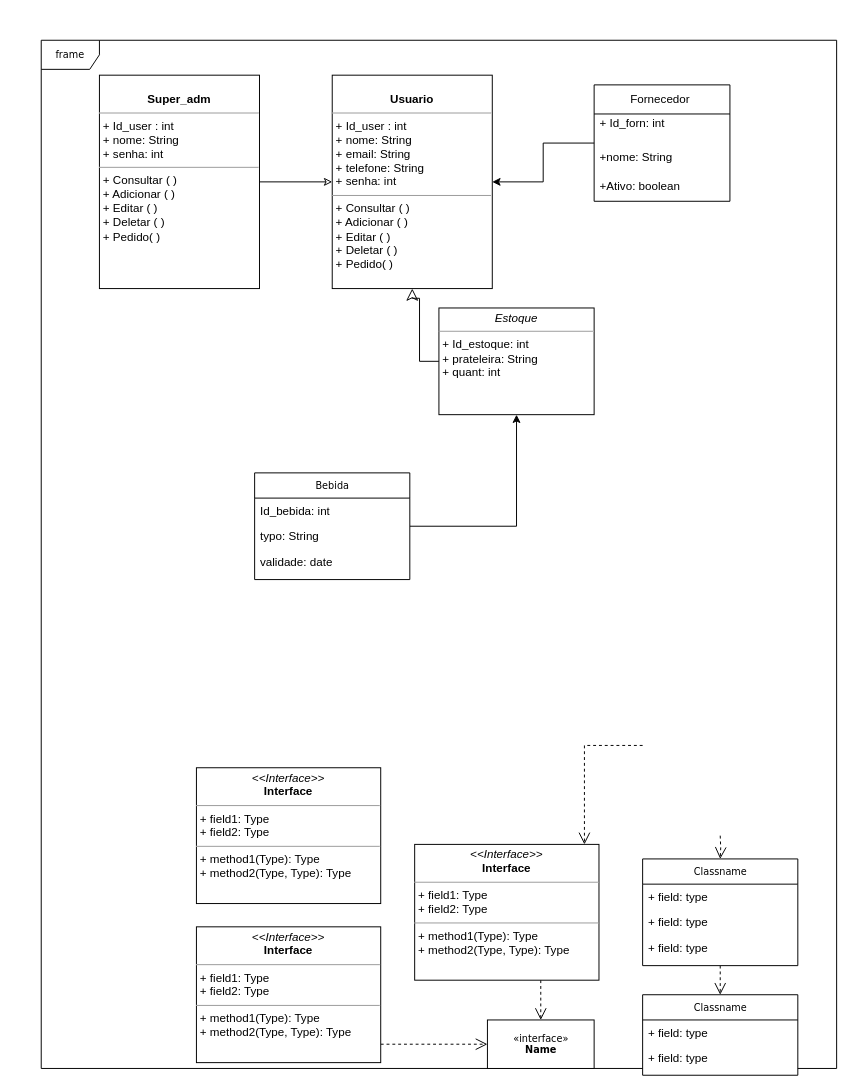
The draw.io diagram Untitled Diagram.drawio.xml in Heitor-Saqueto/SisBrewe, before the edit. Source tidied: cells renumbered, new cells numbered last; positions are measured from the earlier drawing's top-left corner, leaving out a move shared by most shapes. Both pictures are drawn from the tidied source at 97%, with x=0, y=0 at pixel (41, 40).
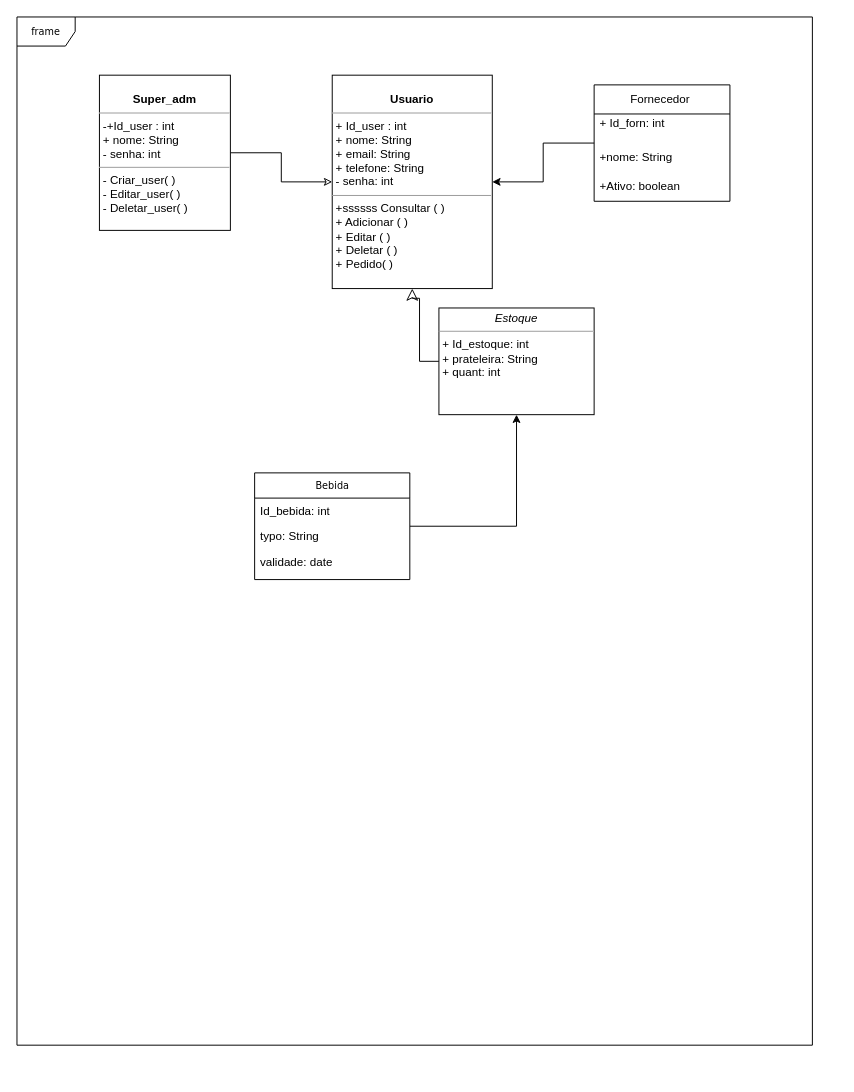
Above is the later version.

What changed in the source:
```diff
@@
     <mxCell id="2" value="frame" style="shape=umlFrame;whiteSpace=wrap;html=1;rounded=0;shadow=0;comic=0;labelBackgroundColor=none;strokeWidth=1;fontFamily=Verdana;fontSize=10;align=center;" parent="1" vertex="1">
-      <mxGeometry width="820" height="1060" as="geometry" />
+      <mxGeometry x="-25" y="-24" width="820" height="1060" as="geometry" />
     </mxCell>
-    <mxCell id="3" style="edgeStyle=orthogonalEdgeStyle;rounded=0;html=1;dashed=1;labelBackgroundColor=none;startFill=0;endArrow=open;endFill=0;endSize=10;fontFamily=Verdana;fontSize=10;" parent="1" edge="1" target="20">
-      <mxGeometry relative="1" as="geometry">
-        <mxPoint x="620" y="727" as="sourcePoint" />
-        <Array as="points">
-          <mxPoint x="560" y="727" />
-        </Array>
-      </mxGeometry>
-    </mxCell>
-    <mxCell id="4" style="edgeStyle=orthogonalEdgeStyle;rounded=0;html=1;dashed=1;labelBackgroundColor=none;startFill=0;endArrow=open;endFill=0;endSize=10;fontFamily=Verdana;fontSize=10;" parent="1" edge="1" target="14">
-      <mxGeometry relative="1" as="geometry">
-        <mxPoint x="700" y="820" as="sourcePoint" />
-      </mxGeometry>
-    </mxCell>
@@
-    <mxCell id="10" value="Classname" style="swimlane;html=1;fontStyle=0;horizontal=1;startSize=26;fillColor=none;swimlaneFillColor=#ffffff;rounded=0;shadow=0;comic=0;labelBackgroundColor=none;strokeWidth=1;fontFamily=Verdana;fontSize=10;align=center;" parent="1" vertex="1">
-      <mxGeometry x="620" y="984" width="160" height="83" as="geometry" />
-    </mxCell>
-    <mxCell id="11" value="+ field: type" style="text;html=1;strokeColor=none;fillColor=none;align=left;verticalAlign=top;spacingLeft=4;spacingRight=4;whiteSpace=wrap;overflow=hidden;" parent="10" vertex="1">
-      <mxGeometry y="26" width="160" height="26" as="geometry" />
-    </mxCell>
-    <mxCell id="12" value="+ field: type" style="text;html=1;strokeColor=none;fillColor=none;align=left;verticalAlign=top;spacingLeft=4;spacingRight=4;whiteSpace=wrap;overflow=hidden;" parent="10" vertex="1">
-      <mxGeometry y="52" width="160" height="26" as="geometry" />
-    </mxCell>
-    <mxCell id="13" style="edgeStyle=orthogonalEdgeStyle;rounded=0;html=1;dashed=1;labelBackgroundColor=none;startFill=0;endArrow=open;endFill=0;endSize=10;fontFamily=Verdana;fontSize=10;" parent="1" edge="1" source="14" target="10">
-      <mxGeometry relative="1" as="geometry" />
-    </mxCell>
-    <mxCell id="14" value="Classname" style="swimlane;html=1;fontStyle=0;horizontal=1;startSize=26;fillColor=none;swimlaneFillColor=#ffffff;rounded=0;shadow=0;comic=0;labelBackgroundColor=none;strokeWidth=1;fontFamily=Verdana;fontSize=10;align=center;" parent="1" vertex="1">
-      <mxGeometry x="620" y="844" width="160" height="110" as="geometry" />
-    </mxCell>
-    <mxCell id="15" value="+ field: type" style="text;html=1;strokeColor=none;fillColor=none;align=left;verticalAlign=top;spacingLeft=4;spacingRight=4;whiteSpace=wrap;overflow=hidden;" parent="14" vertex="1">
-      <mxGeometry y="26" width="160" height="26" as="geometry" />
-    </mxCell>
-    <mxCell id="16" value="+ field: type" style="text;html=1;strokeColor=none;fillColor=none;align=left;verticalAlign=top;spacingLeft=4;spacingRight=4;whiteSpace=wrap;overflow=hidden;" parent="14" vertex="1">
-      <mxGeometry y="52" width="160" height="26" as="geometry" />
-    </mxCell>
-    <mxCell id="17" value="+ field: type" style="text;html=1;strokeColor=none;fillColor=none;align=left;verticalAlign=top;spacingLeft=4;spacingRight=4;whiteSpace=wrap;overflow=hidden;" parent="14" vertex="1">
-      <mxGeometry y="78" width="160" height="26" as="geometry" />
-    </mxCell>
-    <mxCell id="18" value="&amp;laquo;interface&amp;raquo;&lt;br&gt;&lt;b&gt;Name&lt;/b&gt;" style="html=1;rounded=0;shadow=0;comic=0;labelBackgroundColor=none;strokeWidth=1;fontFamily=Verdana;fontSize=10;align=center;" parent="1" vertex="1">
-      <mxGeometry x="460" y="1010" width="110" height="50" as="geometry" />
-    </mxCell>
-    <mxCell id="19" style="edgeStyle=orthogonalEdgeStyle;rounded=0;html=1;dashed=1;labelBackgroundColor=none;startFill=0;endArrow=open;endFill=0;endSize=10;fontFamily=Verdana;fontSize=10;" parent="1" edge="1" source="20" target="18">
-      <mxGeometry relative="1" as="geometry">
-        <Array as="points">
-          <mxPoint x="515" y="976" />
-          <mxPoint x="515" y="976" />
-        </Array>
-      </mxGeometry>
-    </mxCell>
-    <mxCell id="20" value="&lt;p style=&quot;margin:0px;margin-top:4px;text-align:center;&quot;&gt;&lt;i&gt;&amp;lt;&amp;lt;Interface&amp;gt;&amp;gt;&lt;/i&gt;&lt;br/&gt;&lt;b&gt;Interface&lt;/b&gt;&lt;/p&gt;&lt;hr size=&quot;1&quot;/&gt;&lt;p style=&quot;margin:0px;margin-left:4px;&quot;&gt;+ field1: Type&lt;br/&gt;+ field2: Type&lt;/p&gt;&lt;hr size=&quot;1&quot;/&gt;&lt;p style=&quot;margin:0px;margin-left:4px;&quot;&gt;+ method1(Type): Type&lt;br/&gt;+ method2(Type, Type): Type&lt;/p&gt;" style="verticalAlign=top;align=left;overflow=fill;fontSize=12;fontFamily=Helvetica;html=1;rounded=0;shadow=0;comic=0;labelBackgroundColor=none;strokeWidth=1;" parent="1" vertex="1">
-      <mxGeometry x="385" y="829" width="190" height="140" as="geometry" />
-    </mxCell>
-    <mxCell id="21" style="edgeStyle=orthogonalEdgeStyle;rounded=0;html=1;dashed=1;labelBackgroundColor=none;startFill=0;endArrow=open;endFill=0;endSize=10;fontFamily=Verdana;fontSize=10;" parent="1" edge="1" source="22" target="18">
-      <mxGeometry relative="1" as="geometry">
-        <Array as="points">
-          <mxPoint x="380" y="1035" />
-          <mxPoint x="380" y="1035" />
-        </Array>
-      </mxGeometry>
-    </mxCell>
-    <mxCell id="22" value="&lt;p style=&quot;margin:0px;margin-top:4px;text-align:center;&quot;&gt;&lt;i&gt;&amp;lt;&amp;lt;Interface&amp;gt;&amp;gt;&lt;/i&gt;&lt;br/&gt;&lt;b&gt;Interface&lt;/b&gt;&lt;/p&gt;&lt;hr size=&quot;1&quot;/&gt;&lt;p style=&quot;margin:0px;margin-left:4px;&quot;&gt;+ field1: Type&lt;br/&gt;+ field2: Type&lt;/p&gt;&lt;hr size=&quot;1&quot;/&gt;&lt;p style=&quot;margin:0px;margin-left:4px;&quot;&gt;+ method1(Type): Type&lt;br/&gt;+ method2(Type, Type): Type&lt;/p&gt;" style="verticalAlign=top;align=left;overflow=fill;fontSize=12;fontFamily=Helvetica;html=1;rounded=0;shadow=0;comic=0;labelBackgroundColor=none;strokeWidth=1;" parent="1" vertex="1">
-      <mxGeometry x="160" y="914" width="190" height="140" as="geometry" />
-    </mxCell>
-    <mxCell id="23" value="&lt;p style=&quot;margin:0px;margin-top:4px;text-align:center;&quot;&gt;&lt;i&gt;&amp;lt;&amp;lt;Interface&amp;gt;&amp;gt;&lt;/i&gt;&lt;br/&gt;&lt;b&gt;Interface&lt;/b&gt;&lt;/p&gt;&lt;hr size=&quot;1&quot;/&gt;&lt;p style=&quot;margin:0px;margin-left:4px;&quot;&gt;+ field1: Type&lt;br/&gt;+ field2: Type&lt;/p&gt;&lt;hr size=&quot;1&quot;/&gt;&lt;p style=&quot;margin:0px;margin-left:4px;&quot;&gt;+ method1(Type): Type&lt;br/&gt;+ method2(Type, Type): Type&lt;/p&gt;" style="verticalAlign=top;align=left;overflow=fill;fontSize=12;fontFamily=Helvetica;html=1;rounded=0;shadow=0;comic=0;labelBackgroundColor=none;strokeWidth=1;" parent="1" vertex="1">
-      <mxGeometry x="160" y="750" width="190" height="140" as="geometry" />
-    </mxCell>
-    <mxCell id="24" value="&lt;p style=&quot;margin:0px;margin-top:4px;text-align:center;&quot;&gt;&lt;br&gt;&lt;b&gt;Usuario&lt;/b&gt;&lt;/p&gt;&lt;hr size=&quot;1&quot;&gt;&lt;p style=&quot;margin:0px;margin-left:4px;&quot;&gt;+ Id_user : int&lt;/p&gt;&lt;p style=&quot;margin:0px;margin-left:4px;&quot;&gt;+ nome: String&lt;br&gt;+ email: String&lt;/p&gt;&lt;p style=&quot;margin:0px;margin-left:4px;&quot;&gt;+ telefone: String&lt;/p&gt;&lt;p style=&quot;margin:0px;margin-left:4px;&quot;&gt;+ senha: int&lt;/p&gt;&lt;hr size=&quot;1&quot;&gt;&lt;p style=&quot;margin:0px;margin-left:4px;&quot;&gt;+ Consultar ( )&lt;/p&gt;&lt;p style=&quot;margin:0px;margin-left:4px;&quot;&gt;+ Adicionar ( )&lt;/p&gt;&lt;p style=&quot;margin:0px;margin-left:4px;&quot;&gt;+ Editar ( )&lt;/p&gt;&lt;p style=&quot;margin:0px;margin-left:4px;&quot;&gt;+ Deletar ( )&lt;/p&gt;&lt;p style=&quot;margin:0px;margin-left:4px;&quot;&gt;+ Pedido( )&lt;/p&gt;&lt;p style=&quot;margin:0px;margin-left:4px;&quot;&gt;&lt;br&gt;&lt;/p&gt;" style="verticalAlign=top;align=left;overflow=fill;fontSize=12;fontFamily=Helvetica;html=1;rounded=0;shadow=0;comic=0;labelBackgroundColor=none;strokeWidth=1;" parent="1" vertex="1">
+    <mxCell id="24" value="&lt;p style=&quot;margin:0px;margin-top:4px;text-align:center;&quot;&gt;&lt;br&gt;&lt;b&gt;Usuario&lt;/b&gt;&lt;/p&gt;&lt;hr size=&quot;1&quot;&gt;&lt;p style=&quot;margin:0px;margin-left:4px;&quot;&gt;+ Id_user : int&lt;/p&gt;&lt;p style=&quot;margin:0px;margin-left:4px;&quot;&gt;+ nome: String&lt;br&gt;+ email: String&lt;/p&gt;&lt;p style=&quot;margin:0px;margin-left:4px;&quot;&gt;+ telefone: String&lt;/p&gt;&lt;p style=&quot;margin:0px;margin-left:4px;&quot;&gt;- senha: int&lt;/p&gt;&lt;hr size=&quot;1&quot;&gt;&lt;p style=&quot;margin:0px;margin-left:4px;&quot;&gt;+ssssss Consultar ( )&lt;/p&gt;&lt;p style=&quot;margin:0px;margin-left:4px;&quot;&gt;+ Adicionar ( )&lt;/p&gt;&lt;p style=&quot;margin:0px;margin-left:4px;&quot;&gt;+ Editar ( )&lt;/p&gt;&lt;p style=&quot;margin:0px;margin-left:4px;&quot;&gt;+ Deletar ( )&lt;/p&gt;&lt;p style=&quot;margin:0px;margin-left:4px;&quot;&gt;+ Pedido( )&lt;/p&gt;&lt;p style=&quot;margin:0px;margin-left:4px;&quot;&gt;&lt;br&gt;&lt;/p&gt;" style="verticalAlign=top;align=left;overflow=fill;fontSize=12;fontFamily=Helvetica;html=1;rounded=0;shadow=0;comic=0;labelBackgroundColor=none;strokeWidth=1;" parent="1" vertex="1">
       <mxGeometry x="300" y="36" width="165" height="220" as="geometry" />
     </mxCell>
@@
-    <mxCell id="33" value="&lt;p style=&quot;margin:0px;margin-top:4px;text-align:center;&quot;&gt;&lt;br&gt;&lt;b&gt;Super_adm&lt;/b&gt;&lt;/p&gt;&lt;hr size=&quot;1&quot;&gt;&lt;p style=&quot;margin:0px;margin-left:4px;&quot;&gt;+ Id_user : int&lt;/p&gt;&lt;p style=&quot;margin:0px;margin-left:4px;&quot;&gt;+ nome: String&lt;/p&gt;&lt;p style=&quot;margin:0px;margin-left:4px;&quot;&gt;+ senha: int&lt;/p&gt;&lt;hr size=&quot;1&quot;&gt;&lt;p style=&quot;margin:0px;margin-left:4px;&quot;&gt;+ Consultar ( )&lt;/p&gt;&lt;p style=&quot;margin:0px;margin-left:4px;&quot;&gt;+ Adicionar ( )&lt;/p&gt;&lt;p style=&quot;margin:0px;margin-left:4px;&quot;&gt;+ Editar ( )&lt;/p&gt;&lt;p style=&quot;margin:0px;margin-left:4px;&quot;&gt;+ Deletar ( )&lt;/p&gt;&lt;p style=&quot;margin:0px;margin-left:4px;&quot;&gt;+ Pedido( )&lt;/p&gt;&lt;p style=&quot;margin:0px;margin-left:4px;&quot;&gt;&lt;br&gt;&lt;/p&gt;" style="verticalAlign=top;align=left;overflow=fill;fontSize=12;fontFamily=Helvetica;html=1;rounded=0;shadow=0;comic=0;labelBackgroundColor=none;strokeWidth=1;" parent="1" vertex="1">
-      <mxGeometry x="60" y="36" width="165" height="220" as="geometry" />
+    <mxCell id="33" value="&lt;p style=&quot;margin:0px;margin-top:4px;text-align:center;&quot;&gt;&lt;br&gt;&lt;b&gt;Super_adm&lt;/b&gt;&lt;/p&gt;&lt;hr size=&quot;1&quot;&gt;&lt;p style=&quot;margin:0px;margin-left:4px;&quot;&gt;-+Id_user : int&lt;/p&gt;&lt;p style=&quot;margin:0px;margin-left:4px;&quot;&gt;+ nome: String&lt;/p&gt;&lt;p style=&quot;margin:0px;margin-left:4px;&quot;&gt;- senha: int&lt;/p&gt;&lt;hr size=&quot;1&quot;&gt;&lt;p style=&quot;margin:0px;margin-left:4px;&quot;&gt;- Criar_user( )&lt;/p&gt;&lt;p style=&quot;margin:0px;margin-left:4px;&quot;&gt;- Editar_user( )&lt;/p&gt;&lt;p style=&quot;margin:0px;margin-left:4px;&quot;&gt;- Deletar_user( )&lt;/p&gt;&lt;p style=&quot;margin:0px;margin-left:4px;&quot;&gt;&lt;br&gt;&lt;/p&gt;&lt;p style=&quot;margin:0px;margin-left:4px;&quot;&gt;&lt;br&gt;&lt;/p&gt;" style="verticalAlign=top;align=left;overflow=fill;fontSize=12;fontFamily=Helvetica;html=1;rounded=0;shadow=0;comic=0;labelBackgroundColor=none;strokeWidth=1;" parent="1" vertex="1">
+      <mxGeometry x="60" y="36" width="135" height="160" as="geometry" />
     </mxCell>
```
